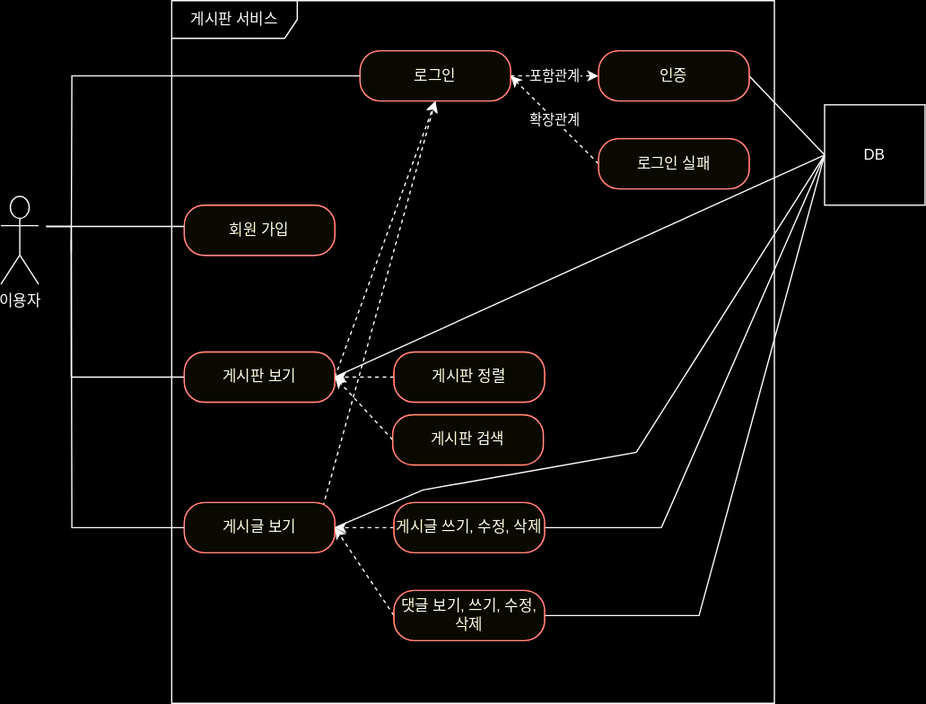
Above: use-case.drawio.svg in hoonssss/board (draw.io), before the change. Source tidied: cells renumbered, new cells last; positions are measured from the earlier drawing's top-left corner, leaving out a move shared by most shapes.
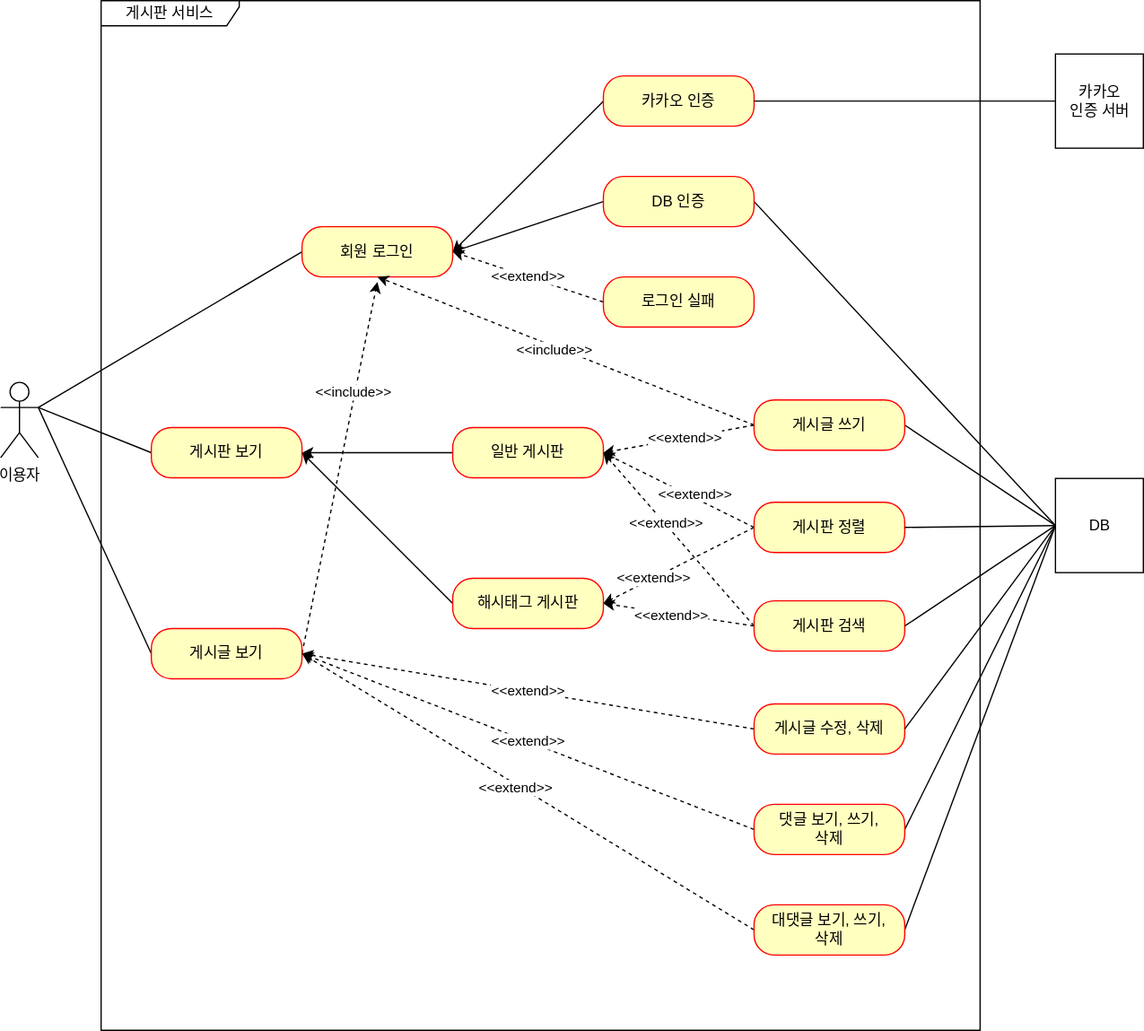
Later version of the same file.

The edit, as a diff of the source:
```diff
@@ -3,123 +3,176 @@
     <mxCell id="0" />
     <mxCell id="1" parent="0" />
     <mxCell id="2" value="이용자" style="shape=umlActor;verticalLabelPosition=bottom;verticalAlign=top;html=1;" parent="1" vertex="1">
-      <mxGeometry y="156" width="30" height="70" as="geometry" />
+      <mxGeometry x="16" y="364" width="30" height="60" as="geometry" />
     </mxCell>
-    <mxCell id="3" value="게시판 서비스" style="shape=umlFrame;whiteSpace=wrap;html=1;width=100;height=30;" parent="1" vertex="1">
-      <mxGeometry x="136" width="480" height="560" as="geometry" />
+    <mxCell id="3" value="게시판 서비스" style="shape=umlFrame;whiteSpace=wrap;html=1;width=110;height=20;" parent="1" vertex="1">
+      <mxGeometry x="96" y="60" width="700" height="820" as="geometry" />
     </mxCell>
-    <mxCell id="4" value="회원 가입" style="rounded=1;whiteSpace=wrap;html=1;arcSize=40;fontColor=#000000;fillColor=#ffffc0;strokeColor=#ff0000;" parent="1" vertex="1">
-      <mxGeometry x="146" y="163" width="120" height="40" as="geometry" />
-    </mxCell>
-    <mxCell id="5" style="edgeStyle=orthogonalEdgeStyle;rounded=0;jettySize=auto;html=1;endArrow=none;endFill=0;" parent="1" edge="1" source="8">
-      <mxGeometry relative="1" as="geometry">
-        <mxPoint x="36" y="180" as="targetPoint" />
-        <Array as="points">
-          <mxPoint x="56" y="300" />
-          <mxPoint x="56" y="180" />
-        </Array>
-      </mxGeometry>
-    </mxCell>
-    <mxCell id="6" style="rounded=0;jettySize=auto;html=1;entryX=0.5;entryY=1;entryDx=0;entryDy=0;dashed=1;exitX=1;exitY=0.5;exitDx=0;exitDy=0;" parent="1" edge="1" source="8" target="14">
-      <mxGeometry relative="1" as="geometry" />
-    </mxCell>
-    <mxCell id="7" style="rounded=0;jettySize=auto;html=1;entryX=0;entryY=0.5;entryDx=0;entryDy=0;endArrow=none;endFill=0;" parent="1" edge="1" target="31">
-      <mxGeometry relative="1" as="geometry">
-        <mxPoint x="266" y="300" as="sourcePoint" />
-      </mxGeometry>
-    </mxCell>
+    <mxCell id="32" style="rounded=0;jettySize=auto;html=1;exitX=0;exitY=0.5;exitDx=0;exitDy=0;entryX=1;entryY=0.5;entryDx=0;entryDy=0;" parent="1" edge="1" source="33" target="8">
+      <mxGeometry relative="1" as="geometry" />
+    </mxCell>
+    <mxCell id="33" value="일반 게시판" style="rounded=1;whiteSpace=wrap;html=1;arcSize=40;fontColor=#000000;fillColor=#ffffc0;strokeColor=#ff0000;" parent="1" vertex="1">
+      <mxGeometry x="376" y="400" width="120" height="40" as="geometry" />
+    </mxCell>
+    <mxCell id="34" style="edgeStyle=none;rounded=0;jettySize=auto;html=1;exitX=0;exitY=0.5;exitDx=0;exitDy=0;entryX=1;entryY=0.3333333333333333;entryDx=0;entryDy=0;entryPerimeter=0;endArrow=none;endFill=0;" parent="1" edge="1" source="8" target="2">
+      <mxGeometry relative="1" as="geometry" />
+    </mxCell>
     <mxCell id="8" value="게시판 보기" style="rounded=1;whiteSpace=wrap;html=1;arcSize=40;fontColor=#000000;fillColor=#ffffc0;strokeColor=#ff0000;" parent="1" vertex="1">
-      <mxGeometry x="146" y="280" width="120" height="40" as="geometry" />
+      <mxGeometry x="136" y="400" width="120" height="40" as="geometry" />
     </mxCell>
-    <mxCell id="9" style="edgeStyle=orthogonalEdgeStyle;rounded=0;jettySize=auto;html=1;endArrow=none;endFill=0;" parent="1" edge="1" source="12">
-      <mxGeometry relative="1" as="geometry">
-        <mxPoint x="56" y="190" as="targetPoint" />
-      </mxGeometry>
-    </mxCell>
-    <mxCell id="10" style="rounded=0;jettySize=auto;html=1;exitX=0.921;exitY=0.075;exitDx=0;exitDy=0;exitPerimeter=0;dashed=1;entryX=0.5;entryY=1;entryDx=0;entryDy=0;" parent="1" edge="1" source="12" target="14">
-      <mxGeometry relative="1" as="geometry" />
-    </mxCell>
-    <mxCell id="11" style="rounded=0;jettySize=auto;html=1;exitX=1;exitY=0.5;exitDx=0;exitDy=0;endArrow=none;endFill=0;entryX=0;entryY=0.5;entryDx=0;entryDy=0;" parent="1" edge="1" source="12" target="31">
-      <mxGeometry relative="1" as="geometry">
-        <Array as="points">
-          <mxPoint x="336" y="390" />
-          <mxPoint x="506" y="360" />
-        </Array>
-      </mxGeometry>
-    </mxCell>
+    <mxCell id="35" style="edgeStyle=none;rounded=0;jettySize=auto;html=1;exitX=0;exitY=0.5;exitDx=0;exitDy=0;endArrow=none;endFill=0;" parent="1" edge="1" source="12">
+      <mxGeometry relative="1" as="geometry">
+        <mxPoint x="46" y="384" as="targetPoint" />
+      </mxGeometry>
+    </mxCell>
+    <mxCell id="36" style="edgeStyle=none;rounded=0;jettySize=auto;html=1;exitX=1;exitY=0.5;exitDx=0;exitDy=0;dashed=1;endArrow=classic;endFill=1;" parent="1" edge="1" source="12">
+      <mxGeometry relative="1" as="geometry">
+        <mxPoint x="316" y="284" as="targetPoint" />
+      </mxGeometry>
+    </mxCell>
+    <mxCell id="37" value="&amp;lt;&amp;lt;include&amp;gt;&amp;gt;" style="edgeLabel;html=1;align=center;verticalAlign=middle;" parent="36" vertex="1">
+      <mxGeometry x="0.41" y="2" relative="1" as="geometry" />
+    </mxCell>
     <mxCell id="12" value="게시글 보기" style="rounded=1;whiteSpace=wrap;html=1;arcSize=40;fontColor=#000000;fillColor=#ffffc0;strokeColor=#ff0000;" parent="1" vertex="1">
-      <mxGeometry x="146" y="400" width="120" height="40" as="geometry" />
+      <mxGeometry x="136" y="560" width="120" height="40" as="geometry" />
     </mxCell>
-    <mxCell id="13" value="포함관계" style="edgeStyle=orthogonalEdgeStyle;rounded=0;jettySize=auto;html=1;endArrow=classic;endFill=1;dashed=1;" parent="1" edge="1" source="14" target="16">
-      <mxGeometry relative="1" as="geometry" />
-    </mxCell>
-    <mxCell id="14" value="로그인" style="rounded=1;whiteSpace=wrap;html=1;arcSize=40;fontColor=#000000;fillColor=#ffffc0;strokeColor=#ff0000;" parent="1" vertex="1">
-      <mxGeometry x="286" y="40" width="120" height="40" as="geometry" />
-    </mxCell>
-    <mxCell id="15" style="rounded=0;jettySize=auto;html=1;entryX=0;entryY=0.5;entryDx=0;entryDy=0;exitX=1;exitY=0.5;exitDx=0;exitDy=0;endArrow=none;endFill=0;" parent="1" edge="1" source="16" target="31">
-      <mxGeometry relative="1" as="geometry" />
-    </mxCell>
-    <mxCell id="16" value="인증" style="rounded=1;whiteSpace=wrap;html=1;arcSize=40;fontColor=#000000;fillColor=#ffffc0;strokeColor=#ff0000;" parent="1" vertex="1">
-      <mxGeometry x="476" y="40" width="120" height="40" as="geometry" />
-    </mxCell>
-    <mxCell id="17" value="확장관계" style="rounded=0;jettySize=auto;html=1;entryX=1;entryY=0.5;entryDx=0;entryDy=0;exitX=0;exitY=0.5;exitDx=0;exitDy=0;dashed=1;" parent="1" edge="1" source="18" target="14">
-      <mxGeometry relative="1" as="geometry" />
-    </mxCell>
+    <mxCell id="38" style="edgeStyle=none;rounded=0;jettySize=auto;html=1;exitX=0;exitY=0.5;exitDx=0;exitDy=0;endArrow=none;endFill=0;" parent="1" edge="1" source="39">
+      <mxGeometry relative="1" as="geometry">
+        <mxPoint x="46" y="384" as="targetPoint" />
+      </mxGeometry>
+    </mxCell>
+    <mxCell id="39" value="회원 로그인" style="rounded=1;whiteSpace=wrap;html=1;arcSize=40;fontColor=#000000;fillColor=#ffffc0;strokeColor=#ff0000;" parent="1" vertex="1">
+      <mxGeometry x="256" y="240" width="120" height="40" as="geometry" />
+    </mxCell>
+    <mxCell id="40" style="edgeStyle=none;rounded=0;jettySize=auto;html=1;exitX=1;exitY=0.5;exitDx=0;exitDy=0;entryX=0;entryY=0.5;entryDx=0;entryDy=0;endArrow=none;endFill=0;" parent="1" edge="1" source="42" target="31">
+      <mxGeometry relative="1" as="geometry" />
+    </mxCell>
+    <mxCell id="41" style="edgeStyle=none;rounded=0;jettySize=auto;html=1;exitX=0;exitY=0.5;exitDx=0;exitDy=0;entryX=1;entryY=0.5;entryDx=0;entryDy=0;endArrow=classic;endFill=1;" parent="1" edge="1" source="42" target="39">
+      <mxGeometry relative="1" as="geometry" />
+    </mxCell>
+    <mxCell id="42" value="DB 인증" style="rounded=1;whiteSpace=wrap;html=1;arcSize=40;fontColor=#000000;fillColor=#ffffc0;strokeColor=#ff0000;" parent="1" vertex="1">
+      <mxGeometry x="496" y="200" width="120" height="40" as="geometry" />
+    </mxCell>
+    <mxCell id="43" value="&amp;lt;&amp;lt;extend&amp;gt;&amp;gt;" style="edgeStyle=none;rounded=0;jettySize=auto;html=1;exitX=0;exitY=0.5;exitDx=0;exitDy=0;entryX=1;entryY=0.5;entryDx=0;entryDy=0;endArrow=classic;endFill=1;dashed=1;" parent="1" edge="1" source="18" target="39">
+      <mxGeometry relative="1" as="geometry" />
+    </mxCell>
     <mxCell id="18" value="로그인 실패" style="rounded=1;whiteSpace=wrap;html=1;arcSize=40;fontColor=#000000;fillColor=#ffffc0;strokeColor=#ff0000;" parent="1" vertex="1">
-      <mxGeometry x="476" y="110" width="120" height="40" as="geometry" />
+      <mxGeometry x="496" y="280" width="120" height="40" as="geometry" />
     </mxCell>
-    <mxCell id="19" style="edgeStyle=orthogonalEdgeStyle;rounded=0;jettySize=auto;html=1;entryX=1;entryY=0.5;entryDx=0;entryDy=0;dashed=1;" parent="1" edge="1" source="20" target="8">
-      <mxGeometry relative="1" as="geometry" />
-    </mxCell>
+    <mxCell id="44" style="edgeStyle=none;rounded=0;jettySize=auto;html=1;exitX=0;exitY=0.5;exitDx=0;exitDy=0;entryX=1;entryY=0.5;entryDx=0;entryDy=0;dashed=1;endArrow=classic;endFill=1;" parent="1" edge="1" source="20" target="33">
+      <mxGeometry relative="1" as="geometry" />
+    </mxCell>
+    <mxCell id="45" value="&amp;lt;&amp;lt;extend&amp;gt;&amp;gt;" style="edgeLabel;html=1;align=center;verticalAlign=middle;" parent="44" vertex="1">
+      <mxGeometry x="-0.18" y="-3" relative="1" as="geometry" />
+    </mxCell>
+    <mxCell id="46" style="edgeStyle=none;rounded=0;jettySize=auto;html=1;exitX=0;exitY=0.5;exitDx=0;exitDy=0;entryX=1;entryY=0.5;entryDx=0;entryDy=0;dashed=1;" parent="1" edge="1" source="20" target="63">
+      <mxGeometry relative="1" as="geometry" />
+    </mxCell>
+    <mxCell id="47" value="&amp;lt;&amp;lt;extend&amp;gt;&amp;gt;" style="edgeLabel;html=1;align=center;verticalAlign=middle;" parent="46" vertex="1">
+      <mxGeometry x="0.33" relative="1" as="geometry">
+        <mxPoint x="-1" as="offset" />
+      </mxGeometry>
+    </mxCell>
     <mxCell id="20" value="게시판 정렬" style="rounded=1;whiteSpace=wrap;html=1;arcSize=40;fontColor=#000000;fillColor=#ffffc0;strokeColor=#ff0000;" parent="1" vertex="1">
-      <mxGeometry x="313" y="280" width="120" height="40" as="geometry" />
+      <mxGeometry x="616" y="459.5" width="120" height="40" as="geometry" />
     </mxCell>
-    <mxCell id="21" style="edgeStyle=orthogonalEdgeStyle;rounded=0;jettySize=auto;html=1;entryX=1;entryY=0.5;entryDx=0;entryDy=0;dashed=1;" parent="1" edge="1" source="23" target="12">
-      <mxGeometry relative="1" as="geometry" />
-    </mxCell>
-    <mxCell id="22" style="rounded=0;jettySize=auto;html=1;endArrow=none;endFill=0;entryX=0;entryY=0.5;entryDx=0;entryDy=0;" parent="1" edge="1" target="31">
-      <mxGeometry relative="1" as="geometry">
-        <mxPoint x="426" y="420" as="sourcePoint" />
-        <Array as="points">
-          <mxPoint x="526" y="420" />
-        </Array>
-      </mxGeometry>
-    </mxCell>
-    <mxCell id="23" value="게시글 쓰기, 수정, 삭제" style="rounded=1;whiteSpace=wrap;html=1;arcSize=40;fontColor=#000000;fillColor=#ffffc0;strokeColor=#ff0000;" parent="1" vertex="1">
-      <mxGeometry x="313" y="400" width="120" height="40" as="geometry" />
-    </mxCell>
-    <mxCell id="24" style="rounded=0;jettySize=auto;html=1;dashed=1;exitX=0;exitY=0.5;exitDx=0;exitDy=0;entryX=1;entryY=0.5;entryDx=0;entryDy=0;" parent="1" edge="1" source="25" target="8">
-      <mxGeometry relative="1" as="geometry" />
-    </mxCell>
+    <mxCell id="48" style="edgeStyle=none;rounded=0;jettySize=auto;html=1;exitX=0;exitY=0.5;exitDx=0;exitDy=0;dashed=1;endArrow=classic;endFill=1;entryX=1;entryY=0.5;entryDx=0;entryDy=0;" parent="1" edge="1" source="25" target="33">
+      <mxGeometry relative="1" as="geometry" />
+    </mxCell>
+    <mxCell id="49" value="&amp;lt;&amp;lt;extend&amp;gt;&amp;gt;" style="edgeLabel;html=1;align=center;verticalAlign=middle;" parent="48" vertex="1">
+      <mxGeometry x="0.18" y="-1" relative="1" as="geometry" />
+    </mxCell>
+    <mxCell id="50" style="edgeStyle=none;rounded=0;jettySize=auto;html=1;exitX=0;exitY=0.5;exitDx=0;exitDy=0;entryX=1;entryY=0.5;entryDx=0;entryDy=0;dashed=1;" parent="1" edge="1" source="25" target="63">
+      <mxGeometry relative="1" as="geometry" />
+    </mxCell>
+    <mxCell id="51" value="&amp;lt;&amp;lt;extend&amp;gt;&amp;gt;" style="edgeLabel;html=1;align=center;verticalAlign=middle;" parent="50" vertex="1">
+      <mxGeometry x="0.11" y="2" relative="1" as="geometry">
+        <mxPoint x="1" as="offset" />
+      </mxGeometry>
+    </mxCell>
     <mxCell id="25" value="게시판 검색" style="rounded=1;whiteSpace=wrap;html=1;arcSize=40;fontColor=#000000;fillColor=#ffffc0;strokeColor=#ff0000;" parent="1" vertex="1">
-      <mxGeometry x="312" y="330" width="120" height="40" as="geometry" />
+      <mxGeometry x="616" y="538" width="120" height="40" as="geometry" />
     </mxCell>
-    <mxCell id="26" style="rounded=0;jettySize=auto;html=1;entryX=1;entryY=0.5;entryDx=0;entryDy=0;exitX=0;exitY=0.5;exitDx=0;exitDy=0;dashed=1;" parent="1" edge="1" source="28" target="12">
-      <mxGeometry relative="1" as="geometry" />
-    </mxCell>
-    <mxCell id="27" style="rounded=0;jettySize=auto;html=1;entryX=0;entryY=0.5;entryDx=0;entryDy=0;endArrow=none;endFill=0;exitX=1;exitY=0.5;exitDx=0;exitDy=0;" parent="1" edge="1" source="28" target="31">
-      <mxGeometry relative="1" as="geometry">
-        <Array as="points">
-          <mxPoint x="556" y="490" />
-        </Array>
-      </mxGeometry>
-    </mxCell>
-    <mxCell id="28" value="댓글 보기, 쓰기, 수정, &lt;br&gt;삭제" style="rounded=1;whiteSpace=wrap;html=1;arcSize=40;fontColor=#000000;fillColor=#ffffc0;strokeColor=#ff0000;" parent="1" vertex="1">
-      <mxGeometry x="313" y="470" width="120" height="40" as="geometry" />
-    </mxCell>
-    <mxCell id="29" style="rounded=0;orthogonalLoop=1;jettySize=auto;html=1;endArrow=none;endFill=0;" parent="1" edge="1">
-      <mxGeometry relative="1" as="geometry">
-        <mxPoint x="146" y="180" as="sourcePoint" />
-        <mxPoint x="36" y="180" as="targetPoint" />
-      </mxGeometry>
-    </mxCell>
-    <mxCell id="30" style="edgeStyle=orthogonalEdgeStyle;rounded=0;jettySize=auto;html=1;endArrow=none;endFill=0;" parent="1" edge="1" source="14">
-      <mxGeometry relative="1" as="geometry">
-        <mxPoint x="56" y="200" as="targetPoint" />
-      </mxGeometry>
-    </mxCell>
+    <mxCell id="52" value="&amp;lt;&amp;lt;extend&amp;gt;&amp;gt;" style="edgeStyle=none;rounded=0;jettySize=auto;html=1;exitX=0;exitY=0.5;exitDx=0;exitDy=0;entryX=1;entryY=0.5;entryDx=0;entryDy=0;dashed=1;endArrow=classic;endFill=1;" parent="1" edge="1" source="53" target="12">
+      <mxGeometry relative="1" as="geometry" />
+    </mxCell>
+    <mxCell id="53" value="게시글 수정, 삭제" style="rounded=1;whiteSpace=wrap;html=1;arcSize=40;fontColor=#000000;fillColor=#ffffc0;strokeColor=#ff0000;" parent="1" vertex="1">
+      <mxGeometry x="616" y="620" width="120" height="40" as="geometry" />
+    </mxCell>
+    <mxCell id="54" style="edgeStyle=none;rounded=0;jettySize=auto;html=1;exitX=0;exitY=0.5;exitDx=0;exitDy=0;dashed=1;endArrow=classic;endFill=1;entryX=1;entryY=0.5;entryDx=0;entryDy=0;" parent="1" edge="1" source="57" target="12">
+      <mxGeometry relative="1" as="geometry" />
+    </mxCell>
+    <mxCell id="55" value="&amp;lt;&amp;lt;extend&amp;gt;&amp;gt;" style="edgeLabel;html=1;align=center;verticalAlign=middle;" parent="54" vertex="1">
+      <mxGeometry x="0.01" relative="1" as="geometry" />
+    </mxCell>
+    <mxCell id="56" style="edgeStyle=none;rounded=0;jettySize=auto;html=1;exitX=1;exitY=0.5;exitDx=0;exitDy=0;endArrow=none;endFill=0;entryX=0;entryY=0.5;entryDx=0;entryDy=0;" parent="1" edge="1" source="57" target="31">
+      <mxGeometry relative="1" as="geometry" />
+    </mxCell>
+    <mxCell id="57" value="댓글 보기, 쓰기,&lt;br&gt;삭제" style="rounded=1;whiteSpace=wrap;html=1;arcSize=40;fontColor=#000000;fillColor=#ffffc0;strokeColor=#ff0000;" parent="1" vertex="1">
+      <mxGeometry x="616" y="700" width="120" height="40" as="geometry" />
+    </mxCell>
+    <mxCell id="58" style="edgeStyle=none;rounded=0;jettySize=auto;html=1;exitX=0;exitY=0.5;exitDx=0;exitDy=0;entryX=1;entryY=0.5;entryDx=0;entryDy=0;endArrow=none;endFill=0;" parent="1" edge="1" source="31" target="53">
+      <mxGeometry relative="1" as="geometry" />
+    </mxCell>
+    <mxCell id="59" style="edgeStyle=none;rounded=0;jettySize=auto;html=1;exitX=0;exitY=0.5;exitDx=0;exitDy=0;entryX=1;entryY=0.5;entryDx=0;entryDy=0;endArrow=none;endFill=0;" parent="1" edge="1" source="31" target="25">
+      <mxGeometry relative="1" as="geometry" />
+    </mxCell>
+    <mxCell id="60" style="edgeStyle=none;rounded=0;jettySize=auto;html=1;exitX=0;exitY=0.5;exitDx=0;exitDy=0;entryX=1;entryY=0.5;entryDx=0;entryDy=0;endArrow=none;endFill=0;" parent="1" edge="1" source="31" target="20">
+      <mxGeometry relative="1" as="geometry" />
+    </mxCell>
+    <mxCell id="61" style="edgeStyle=none;rounded=0;jettySize=auto;html=1;exitX=0;exitY=0.5;exitDx=0;exitDy=0;entryX=1;entryY=0.5;entryDx=0;entryDy=0;endArrow=none;endFill=0;" parent="1" edge="1" source="31" target="69">
+      <mxGeometry relative="1" as="geometry" />
+    </mxCell>
-    <mxCell id="31" value="DB" style="html=1;whiteSpace=wrap;" parent="1" vertex="1">
-      <mxGeometry x="656" y="83" width="80" height="80" as="geometry" />
+    <mxCell id="31" value="DB" style="html=1;" parent="1" vertex="1">
+      <mxGeometry x="856" y="440.5" width="70" height="75" as="geometry" />
     </mxCell>
+    <mxCell id="62" style="jettySize=auto;html=1;exitX=0;exitY=0.5;exitDx=0;exitDy=0;entryX=1;entryY=0.5;entryDx=0;entryDy=0;rounded=0;" parent="1" edge="1" source="63" target="8">
+      <mxGeometry relative="1" as="geometry" />
+    </mxCell>
+    <mxCell id="63" value="해시태그 게시판" style="rounded=1;whiteSpace=wrap;html=1;arcSize=40;fontColor=#000000;fillColor=#ffffc0;strokeColor=#ff0000;" parent="1" vertex="1">
+      <mxGeometry x="376" y="520" width="120" height="40" as="geometry" />
+    </mxCell>
+    <mxCell id="64" style="edgeStyle=none;rounded=0;orthogonalLoop=1;jettySize=auto;html=1;exitX=0;exitY=0.5;exitDx=0;exitDy=0;" parent="1" edge="1" source="25" target="25">
+      <mxGeometry relative="1" as="geometry" />
+    </mxCell>
+    <mxCell id="65" style="edgeStyle=none;rounded=0;jettySize=auto;html=1;exitX=0;exitY=0.5;exitDx=0;exitDy=0;entryX=1;entryY=0.5;entryDx=0;entryDy=0;dashed=1;" parent="1" edge="1" source="69" target="33">
+      <mxGeometry relative="1" as="geometry" />
+    </mxCell>
+    <mxCell id="66" value="&amp;lt;&amp;lt;extend&amp;gt;&amp;gt;" style="edgeLabel;html=1;align=center;verticalAlign=middle;" parent="65" vertex="1">
+      <mxGeometry x="-0.09" y="-1" relative="1" as="geometry" />
+    </mxCell>
+    <mxCell id="67" style="edgeStyle=none;rounded=0;jettySize=auto;html=1;exitX=0;exitY=0.5;exitDx=0;exitDy=0;entryX=0.5;entryY=1;entryDx=0;entryDy=0;endArrow=classic;endFill=1;dashed=1;" parent="1" edge="1" source="69" target="39">
+      <mxGeometry relative="1" as="geometry" />
+    </mxCell>
+    <mxCell id="68" value="&amp;lt;&amp;lt;include&amp;gt;&amp;gt;" style="edgeLabel;html=1;align=center;verticalAlign=middle;" parent="67" vertex="1">
+      <mxGeometry x="0.06" y="2" relative="1" as="geometry" />
+    </mxCell>
+    <mxCell id="69" value="게시글 쓰기" style="rounded=1;whiteSpace=wrap;html=1;arcSize=40;fontColor=#000000;fillColor=#ffffc0;strokeColor=#ff0000;" parent="1" vertex="1">
+      <mxGeometry x="616" y="378" width="120" height="40" as="geometry" />
+    </mxCell>
+    <mxCell id="70" style="edgeStyle=none;rounded=0;jettySize=auto;html=1;exitX=0;exitY=0.5;exitDx=0;exitDy=0;entryX=1;entryY=0.5;entryDx=0;entryDy=0;endArrow=classic;endFill=1;dashed=1;" parent="1" edge="1" source="73" target="12">
+      <mxGeometry relative="1" as="geometry" />
+    </mxCell>
+    <mxCell id="71" value="&amp;lt;&amp;lt;extend&amp;gt;&amp;gt;" style="edgeLabel;html=1;align=center;verticalAlign=middle;" parent="70" vertex="1">
+      <mxGeometry x="0.05" y="3" relative="1" as="geometry" />
+    </mxCell>
+    <mxCell id="72" style="edgeStyle=none;rounded=0;jettySize=auto;html=1;exitX=1;exitY=0.5;exitDx=0;exitDy=0;entryX=0;entryY=0.5;entryDx=0;entryDy=0;endArrow=none;endFill=0;" parent="1" edge="1" source="73" target="31">
+      <mxGeometry relative="1" as="geometry" />
+    </mxCell>
+    <mxCell id="73" value="대댓글 보기, 쓰기,&lt;br&gt;삭제" style="rounded=1;whiteSpace=wrap;html=1;arcSize=40;fontColor=#000000;fillColor=#ffffc0;strokeColor=#ff0000;" parent="1" vertex="1">
+      <mxGeometry x="616" y="780" width="120" height="40" as="geometry" />
+    </mxCell>
+    <mxCell id="74" style="rounded=0;jettySize=auto;html=1;exitX=0;exitY=0.5;exitDx=0;exitDy=0;entryX=1;entryY=0.5;entryDx=0;entryDy=0;endArrow=classic;endFill=1;" parent="1" edge="1" source="75" target="39">
+      <mxGeometry relative="1" as="geometry" />
+    </mxCell>
+    <mxCell id="75" value="카카오 인증" style="rounded=1;whiteSpace=wrap;html=1;arcSize=40;fontColor=#000000;fillColor=#ffffc0;strokeColor=#ff0000;" parent="1" vertex="1">
+      <mxGeometry x="496" y="120" width="120" height="40" as="geometry" />
+    </mxCell>
+    <mxCell id="76" style="edgeStyle=orthogonalEdgeStyle;rounded=0;jettySize=auto;html=1;exitX=0;exitY=0.5;exitDx=0;exitDy=0;entryX=1;entryY=0.5;entryDx=0;entryDy=0;endArrow=none;endFill=0;" parent="1" edge="1" source="77" target="75">
+      <mxGeometry relative="1" as="geometry" />
+    </mxCell>
+    <mxCell id="77" value="카카오&lt;br&gt;인증 서버" style="html=1;" parent="1" vertex="1">
+      <mxGeometry x="856" y="102.5" width="70" height="75" as="geometry" />
+    </mxCell>
   </root>
 </mxGraphModel>
```
